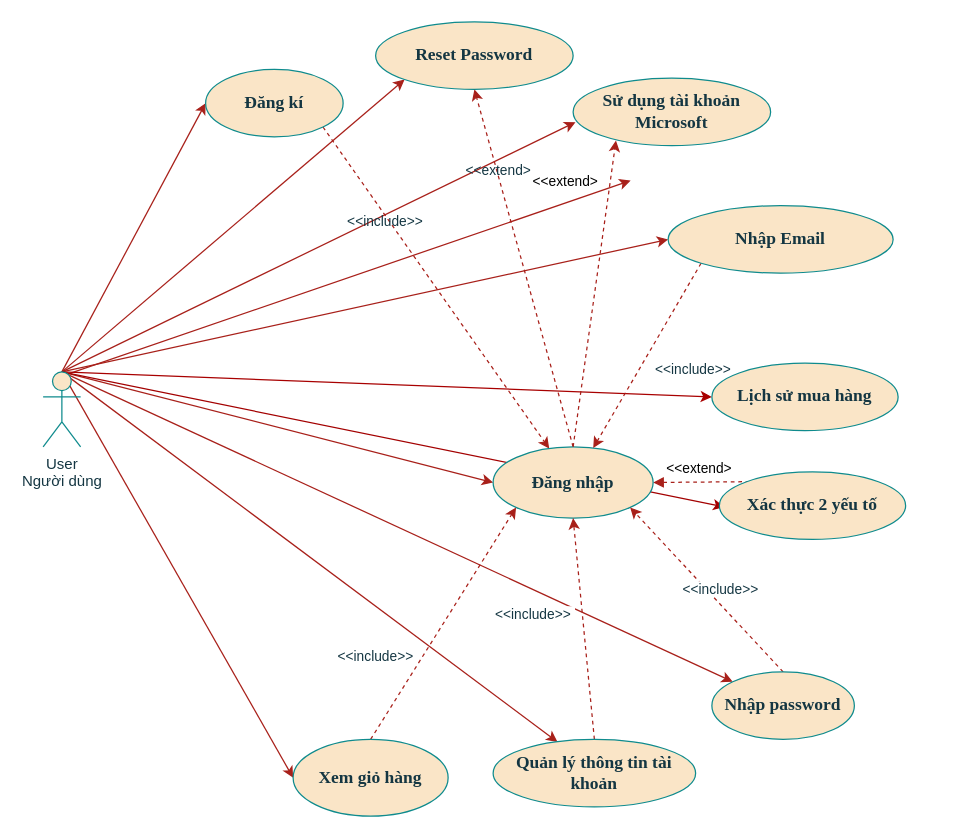
This is page "Admin" (5 of 5) of shop-hubLaps.drawio from trinhkhanh29/Shop-hubLaps, a draw.io file, before an edit. Source tidied: cells renumbered, new cells numbered last; positions are measured from the earlier drawing's top-left corner, leaving out a move shared by most shapes. Both pictures are drawn from the tidied source at 125%, with x=0, y=0 at pixel (42, 21).
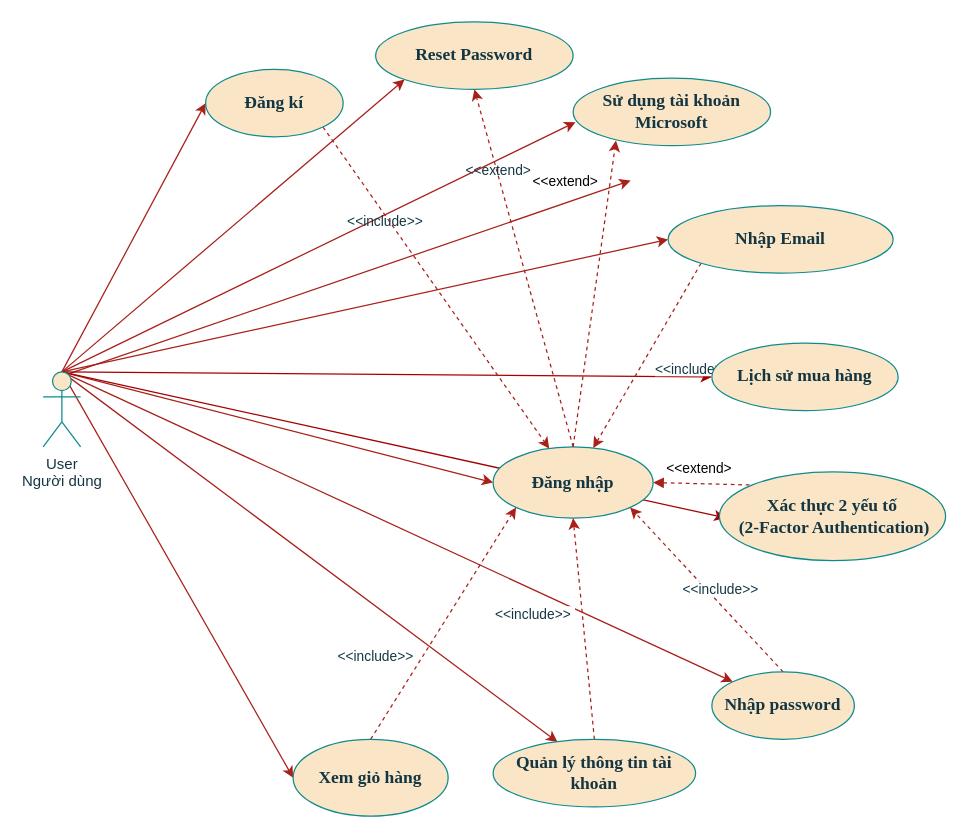
Above is the later version.

Diff of the diagram source:
```diff
@@
-    <mxCell id="30" value="&lt;b&gt;Xác thực 2 yếu tố&lt;/b&gt;" style="ellipse;whiteSpace=wrap;html=1;fontFamily=Times New Roman;fontSize=14;labelBackgroundColor=none;fillColor=#FAE5C7;strokeColor=#0F8B8D;fontColor=#143642;" parent="1" vertex="1">
-      <mxGeometry x="541" y="360" width="149" height="54" as="geometry" />
+    <mxCell id="30" value="&lt;b&gt;Xác thực 2 yếu tố&lt;/b&gt;&lt;div&gt;&lt;b&gt;&amp;nbsp;(2-Factor Authentication)&lt;/b&gt;&lt;/div&gt;" style="ellipse;whiteSpace=wrap;html=1;fontFamily=Times New Roman;fontSize=14;labelBackgroundColor=none;fillColor=#FAE5C7;strokeColor=#0F8B8D;fontColor=#143642;" parent="1" vertex="1">
+      <mxGeometry x="541" y="360" width="181" height="71" as="geometry" />
     </mxCell>
@@
     <mxCell id="42" value="&lt;b&gt;Lịch sử mua hàng&lt;/b&gt;" style="ellipse;whiteSpace=wrap;html=1;fontFamily=Times New Roman;fontSize=14;labelBackgroundColor=none;fillColor=#FAE5C7;strokeColor=#0F8B8D;fontColor=#143642;" parent="1" vertex="1">
-      <mxGeometry x="535" y="273" width="149" height="54" as="geometry" />
+      <mxGeometry x="535" y="257" width="149" height="54" as="geometry" />
     </mxCell>
```
